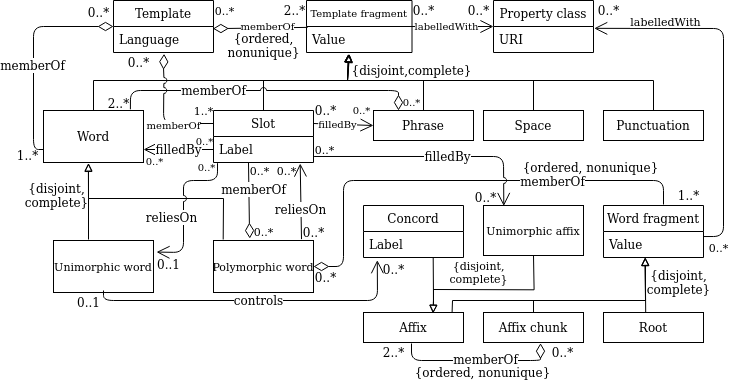
Before: ToCT/ConceptualModel.png, a diagram exported from draw.io (AdeebNqo/ToCT). Source tidied: cells renumbered, new cells last; positions are measured from the earlier drawing's top-left corner, leaving out a move shared by most shapes.
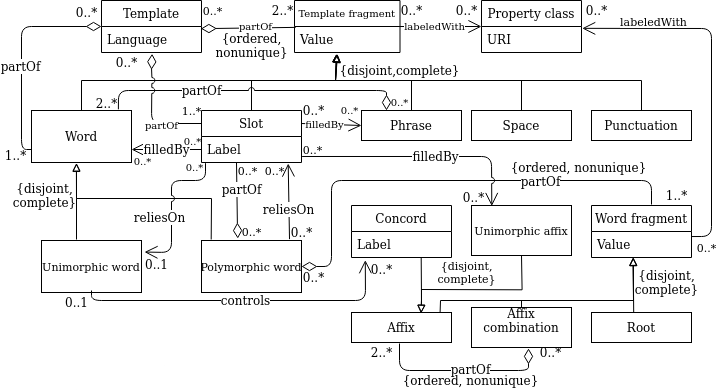
After the change.

Diff of the diagram source:
```diff
@@ -32,8 +32,8 @@
     <mxCell id="11" value="Affix" style="fontStyle=0;horizontal=1;startSize=26;fillColor=none;fontSize=12;" parent="1" vertex="1">
       <mxGeometry x="351" y="312" width="100" height="30" as="geometry" />
     </mxCell>
-    <mxCell id="12" value="Affix chunk" style="fontStyle=0;horizontal=1;startSize=26;fillColor=none;fontSize=12;" parent="1" vertex="1">
-      <mxGeometry x="471" y="312" width="100" height="30" as="geometry" />
+    <mxCell id="12" value="Affix&#10;combination&#10;" style="fontStyle=0;horizontal=1;startSize=26;fillColor=none;fontSize=12;" parent="1" vertex="1">
+      <mxGeometry x="471" y="307" width="100" height="40" as="geometry" />
     </mxCell>
     <mxCell id="13" value="Root" style="fontStyle=0;horizontal=1;startSize=26;fillColor=none;fontSize=12;" parent="1" vertex="1">
       <mxGeometry x="591" y="312" width="100" height="30" as="geometry" />
@@ -47,7 +47,7 @@
         </Array>
       </mxGeometry>
     </mxCell>
-    <mxCell id="15" value="memberOf" style="edgeLabel;html=1;align=center;verticalAlign=middle;fontSize=12;" parent="14" vertex="1">
+    <mxCell id="15" value="partOf" style="edgeLabel;html=1;align=center;verticalAlign=middle;fontSize=12;" parent="14" vertex="1">
       <mxGeometry x="-0.12" y="1" relative="1" as="geometry" />
     </mxCell>
     <mxCell id="16" style="endArrow=block;html=1;rounded=0;exitX=0.5;exitY=0;exitDx=0;exitDy=0;endFill=0;entryX=0.397;entryY=1.057;entryDx=0;entryDy=0;entryPerimeter=0;fontSize=12;" parent="1" edge="1" source="5" target="31">
@@ -93,7 +93,7 @@
     <mxCell id="21" style="endArrow=open;endFill=1;endSize=11;html=1;exitX=0.973;exitY=0.5;exitDx=0;exitDy=0;exitPerimeter=0;fontSize=12;" parent="1" edge="1" source="30" target="32">
       <mxGeometry relative="1" as="geometry" />
     </mxCell>
-    <mxCell id="22" value="labelledWith" style="edgeLabel;html=1;align=center;verticalAlign=middle;fontSize=10;" parent="21" vertex="1">
+    <mxCell id="22" value="labeledWith" style="edgeLabel;html=1;align=center;verticalAlign=middle;fontSize=10;" parent="21" vertex="1">
       <mxGeometry x="0.04" y="-6" relative="1" as="geometry">
         <mxPoint x="-7.1" y="-6" as="offset" />
       </mxGeometry>
@@ -101,7 +101,7 @@
     <mxCell id="23" style="endArrow=diamondThin;endFill=0;endSize=13;html=1;entryX=0.994;entryY=0.083;entryDx=0;entryDy=0;entryPerimeter=0;exitX=0.011;exitY=0.034;exitDx=0;exitDy=0;exitPerimeter=0;fontSize=12;" parent="1" edge="1" source="31" target="29">
       <mxGeometry relative="1" as="geometry" />
     </mxCell>
-    <mxCell id="24" value="memberOf" style="edgeLabel;html=1;align=center;verticalAlign=middle;fontSize=10;" parent="23" vertex="1">
+    <mxCell id="24" value="partOf" style="edgeLabel;html=1;align=center;verticalAlign=middle;fontSize=10;" parent="23" vertex="1">
       <mxGeometry x="-0.12" y="1" relative="1" as="geometry">
         <mxPoint x="1" y="-3" as="offset" />
       </mxGeometry>
@@ -117,7 +117,7 @@
         </Array>
       </mxGeometry>
     </mxCell>
-    <mxCell id="27" value="memberOf" style="edgeLabel;html=1;align=center;verticalAlign=middle;fontSize=12;" parent="26" vertex="1">
+    <mxCell id="27" value="partOf" style="edgeLabel;html=1;align=center;verticalAlign=middle;fontSize=12;" parent="26" vertex="1">
       <mxGeometry x="-0.12" y="1" relative="1" as="geometry">
         <mxPoint x="-33.4" y="1" as="offset" />
       </mxGeometry>
@@ -235,7 +235,7 @@
         </Array>
       </mxGeometry>
     </mxCell>
-    <mxCell id="49" value="memberOf" style="edgeLabel;html=1;align=center;verticalAlign=middle;fontSize=12;" parent="48" vertex="1">
+    <mxCell id="49" value="partOf" style="edgeLabel;html=1;align=center;verticalAlign=middle;fontSize=12;" parent="48" vertex="1">
       <mxGeometry x="-0.12" y="1" relative="1" as="geometry">
         <mxPoint x="67" as="offset" />
       </mxGeometry>
@@ -285,7 +285,7 @@
         </Array>
       </mxGeometry>
     </mxCell>
-    <mxCell id="57" value="labelledWith" style="edgeLabel;html=1;align=center;verticalAlign=middle;fontSize=11;" parent="56" vertex="1">
+    <mxCell id="57" value="&lt;div&gt;labeledWith&lt;/div&gt;" style="edgeLabel;html=1;align=center;verticalAlign=middle;fontSize=11;" parent="56" vertex="1">
       <mxGeometry x="0.04" y="-6" relative="1" as="geometry">
         <mxPoint x="-64" y="-49" as="offset" />
       </mxGeometry>
@@ -294,12 +294,12 @@
       <mxGeometry relative="1" as="geometry">
         <mxPoint x="399" y="343" as="sourcePoint" />
         <Array as="points">
-          <mxPoint x="399" y="360" />
-          <mxPoint x="528" y="360" />
+          <mxPoint x="399" y="370" />
+          <mxPoint x="528" y="370" />
         </Array>
       </mxGeometry>
     </mxCell>
-    <mxCell id="59" value="memberOf" style="edgeLabel;html=1;align=center;verticalAlign=middle;fontSize=12;" parent="58" vertex="1">
+    <mxCell id="59" value="partOf" style="edgeLabel;html=1;align=center;verticalAlign=middle;fontSize=12;" parent="58" vertex="1">
       <mxGeometry x="-0.12" y="1" relative="1" as="geometry">
         <mxPoint x="19" as="offset" />
       </mxGeometry>
@@ -311,13 +311,13 @@
         </Array>
       </mxGeometry>
     </mxCell>
-    <mxCell id="61" value="memberOf" style="edgeLabel;html=1;align=center;verticalAlign=middle;fontSize=12;" parent="60" vertex="1">
+    <mxCell id="61" value="partOf" style="edgeLabel;html=1;align=center;verticalAlign=middle;fontSize=12;" parent="60" vertex="1">
       <mxGeometry x="-0.12" y="1" relative="1" as="geometry">
         <mxPoint x="3" y="-7" as="offset" />
       </mxGeometry>
     </mxCell>
     <mxCell id="62" value="{ordered, nonunique}" style="text;html=1;align=center;verticalAlign=middle;fontSize=12;" parent="1" vertex="1">
-      <mxGeometry x="405" y="362" width="130" height="20" as="geometry" />
+      <mxGeometry x="405" y="370" width="130" height="20" as="geometry" />
     </mxCell>
     <mxCell id="63" value="{ordered, nonunique}" style="text;html=1;align=center;verticalAlign=middle;fontSize=12;" parent="1" vertex="1">
       <mxGeometry x="513" y="157" width="130" height="20" as="geometry" />
@@ -339,7 +339,7 @@
         </Array>
       </mxGeometry>
     </mxCell>
-    <mxCell id="68" value="memberOf" style="edgeLabel;html=1;align=center;verticalAlign=middle;fontSize=10;" parent="67" vertex="1">
+    <mxCell id="68" value="partOf" style="edgeLabel;html=1;align=center;verticalAlign=middle;fontSize=10;" parent="67" vertex="1">
       <mxGeometry x="-0.12" y="1" relative="1" as="geometry">
         <mxPoint x="11" y="4.1" as="offset" />
       </mxGeometry>
```
